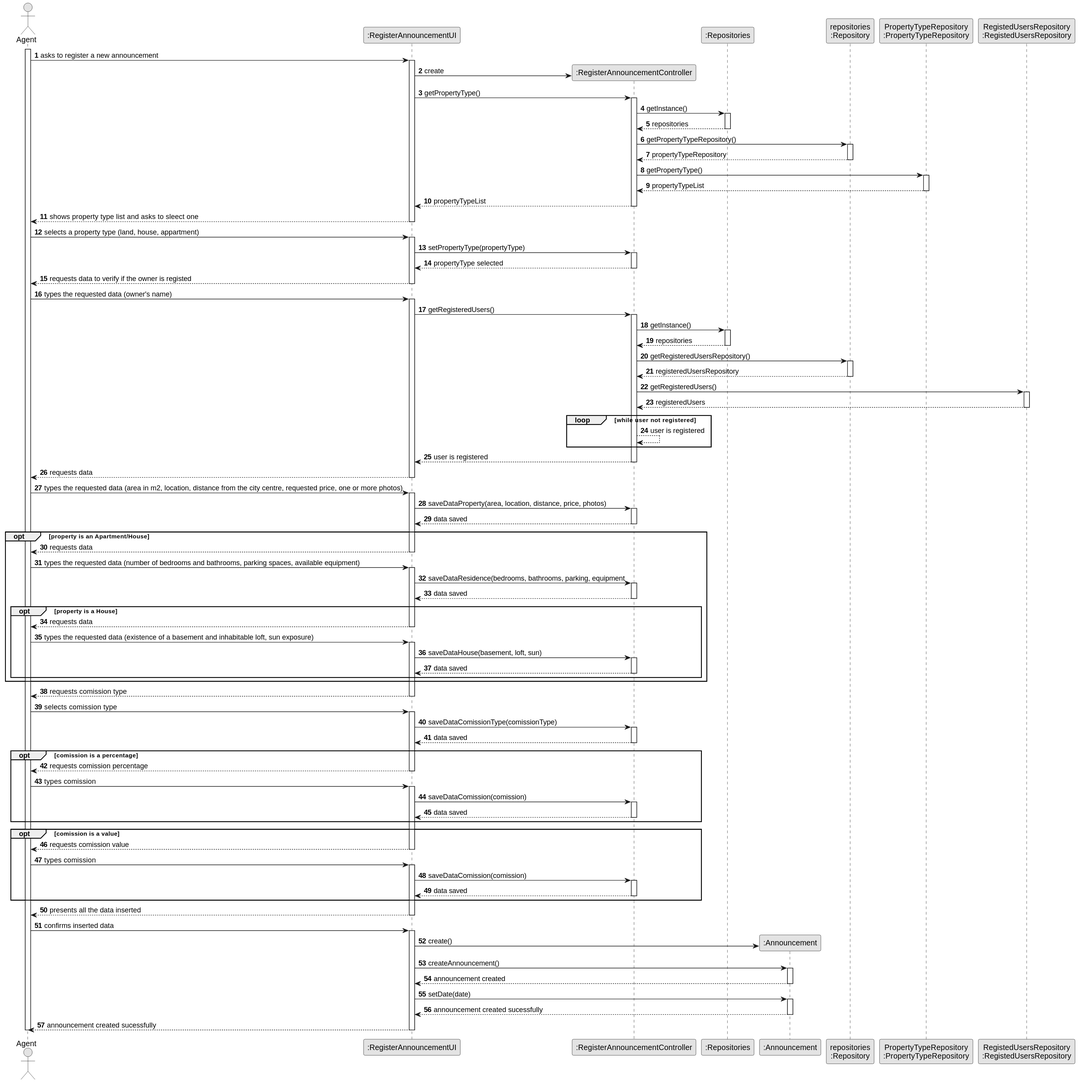
1220812/LAPR2 keeps this PlantUML diagram as docs/sprintB/us002/03.design/svg/us002-sequence-diagram-full.svg. Above is the earlier version. Its diagram source:
```plantuml
@startuml
skinparam monochrome true
skinparam packageStyle rectangle
skinparam shadowing false

autonumber

actor "Agent" as AGENT
participant ":RegisterAnnouncementUI" as UI
participant ":RegisterAnnouncementController" as CTRL
participant ":Repositories" as REP
participant ":Announcement" as ANCMT
participant "repositories\n:Repository" as PLAT
participant "PropertyTypeRepository\n:PropertyTypeRepository" as PropertyTypeREP
participant "RegistedUsersRepository\n:RegistedUsersRepository" as RegistedUsersREP


activate AGENT

        AGENT -> UI : asks to register a new announcement

        activate UI

            create CTRL
            UI -> CTRL** : create

            UI -> CTRL : getPropertyType()
            activate CTRL

                CTRL -> REP : getInstance()
                activate REP

                    REP --> CTRL: repositories
                deactivate REP

                CTRL -> PLAT : getPropertyTypeRepository()
                activate PLAT

                    PLAT --> CTRL: propertyTypeRepository
                deactivate PLAT

                CTRL -> PropertyTypeREP : getPropertyType()
                activate PropertyTypeREP

                    PropertyTypeREP --> CTRL : propertyTypeList
                deactivate PropertyTypeREP

                CTRL --> UI : propertyTypeList
            deactivate CTRL

            UI --> AGENT : shows property type list and asks to sleect one
        deactivate UI

    AGENT -> UI : selects a property type (land, house, appartment)
    activate UI
    UI -> CTRL : setPropertyType(propertyType)
    activate CTRL
    CTRL --> UI : propertyType selected
    deactivate CTRL

        UI --> AGENT : requests data to verify if the owner is registed
    deactivate UI

    AGENT -> UI : types the requested data (owner's name)
    activate UI
        UI -> CTRL : getRegisteredUsers()
        activate CTRL
        CTRL -> REP : getInstance()
        activate REP
        REP --> CTRL : repositories
        deactivate REP
        CTRL -> PLAT : getRegisteredUsersRepository()
        activate PLAT
        PLAT --> CTRL : registeredUsersRepository
        deactivate PLAT
        CTRL -> RegistedUsersREP : getRegisteredUsers()
        activate RegistedUsersREP
        RegistedUsersREP --> CTRL : registeredUsers
        deactivate RegistedUsersREP
        loop while user not registered
        CTRL --> CTRL : user is registered
        end loop
        CTRL --> UI : user is registered
        deactivate CTRL
        UI --> AGENT : requests data
        deactivate UI

        AGENT -> UI : types the requested data (area in m2, location, distance from the city centre, requested price, one or more photos)
        activate UI
        UI -> CTRL : saveDataProperty(area, location, distance, price, photos)
        activate CTRL
        CTRL --> UI : data saved
        deactivate CTRL


        opt property is an Apartment/House

        UI --> AGENT : requests data
    deactivate UI

    AGENT -> UI : types the requested data (number of bedrooms and bathrooms, parking spaces, available equipment)
        activate UI

    UI -> CTRL : saveDataResidence(bedrooms, bathrooms, parking, equipment
    activate CTRL
    CTRL --> UI : data saved
    deactivate CTRL


        opt property is a House

        UI --> AGENT : requests data
    deactivate UI
AGENT -> UI : types the requested data (existence of a basement and inhabitable loft, sun exposure)
activate UI
UI -> CTRL : saveDataHouse(basement, loft, sun)
activate CTRL
CTRL --> UI : data saved
deactivate CTRL

end opt
end opt
UI --> AGENT : requests comission type
deactivate UI
AGENT -> UI : selects comission type
activate UI
UI -> CTRL : saveDataComissionType(comissionType)
activate CTRL
CTRL --> UI : data saved
deactivate CTRL
opt comission is a percentage
UI --> AGENT : requests comission percentage
deactivate UI
AGENT -> UI : types comission
activate UI
UI -> CTRL : saveDataComission(comission)
activate CTRL
CTRL --> UI : data saved
deactivate CTRL


end opt

opt comission is a value
UI --> AGENT : requests comission value
deactivate UI
AGENT -> UI : types comission
activate UI
UI -> CTRL : saveDataComission(comission)
activate CTRL
CTRL --> UI : data saved
deactivate CTRL
end opt


UI --> AGENT : presents all the data inserted

deactivate UI

AGENT -> UI : confirms inserted data

activate UI
UI -> ANCMT** : create()
UI -> ANCMT : createAnnouncement()
activate ANCMT
ANCMT --> UI : announcement created
deactivate ANCMT
UI -> ANCMT : setDate(date)
activate ANCMT
ANCMT --> UI : announcement created sucessfully
deactivate ANCMT


UI --> AGENT : announcement created sucessfully
deactivate UI





deactivate AGENT
@enduml
```
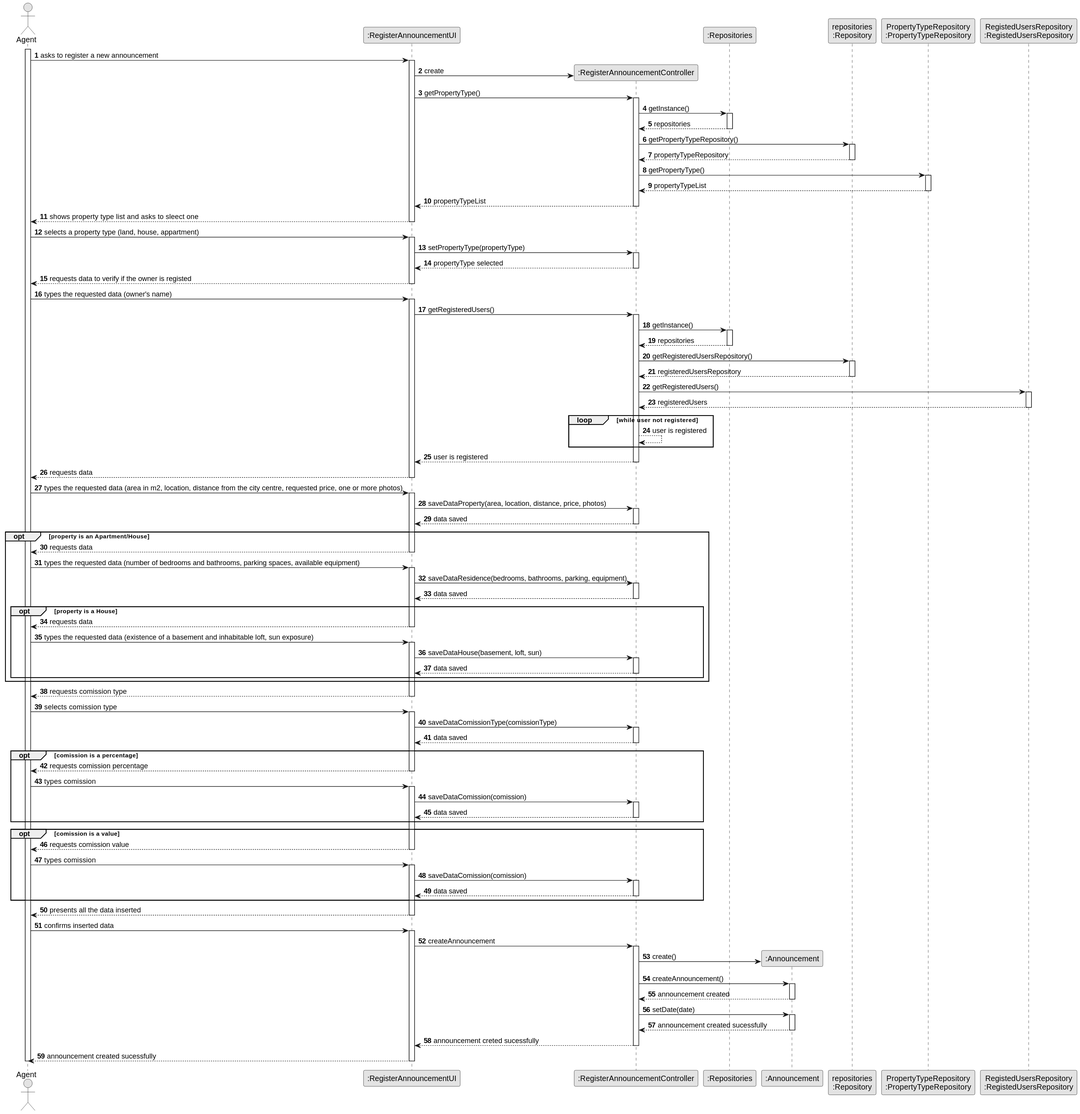
The same file after the commit.

What changed in the source:
```diff
@@ -101,7 +101,7 @@
     AGENT -> UI : types the requested data (number of bedrooms and bathrooms, parking spaces, available equipment)
         activate UI
 
-    UI -> CTRL : saveDataResidence(bedrooms, bathrooms, parking, equipment
+    UI -> CTRL : saveDataResidence(bedrooms, bathrooms, parking, equipment)
     activate CTRL
     CTRL --> UI : data saved
     deactivate CTRL
@@ -160,15 +160,20 @@
 AGENT -> UI : confirms inserted data
 
 activate UI
-UI -> ANCMT** : create()
-UI -> ANCMT : createAnnouncement()
+UI -> CTRL : createAnnouncement
+activate CTRL
+CTRL -> ANCMT** : create()
+CTRL -> ANCMT : createAnnouncement()
 activate ANCMT
-ANCMT --> UI : announcement created
+ANCMT --> CTRL : announcement created
 deactivate ANCMT
-UI -> ANCMT : setDate(date)
+CTRL -> ANCMT : setDate(date)
 activate ANCMT
-ANCMT --> UI : announcement created sucessfully
+ANCMT --> CTRL : announcement created sucessfully
 deactivate ANCMT
+
+CTRL --> UI : announcement creted sucessfully
+deactivate CTRL
 
 
 UI --> AGENT : announcement created sucessfully
```
